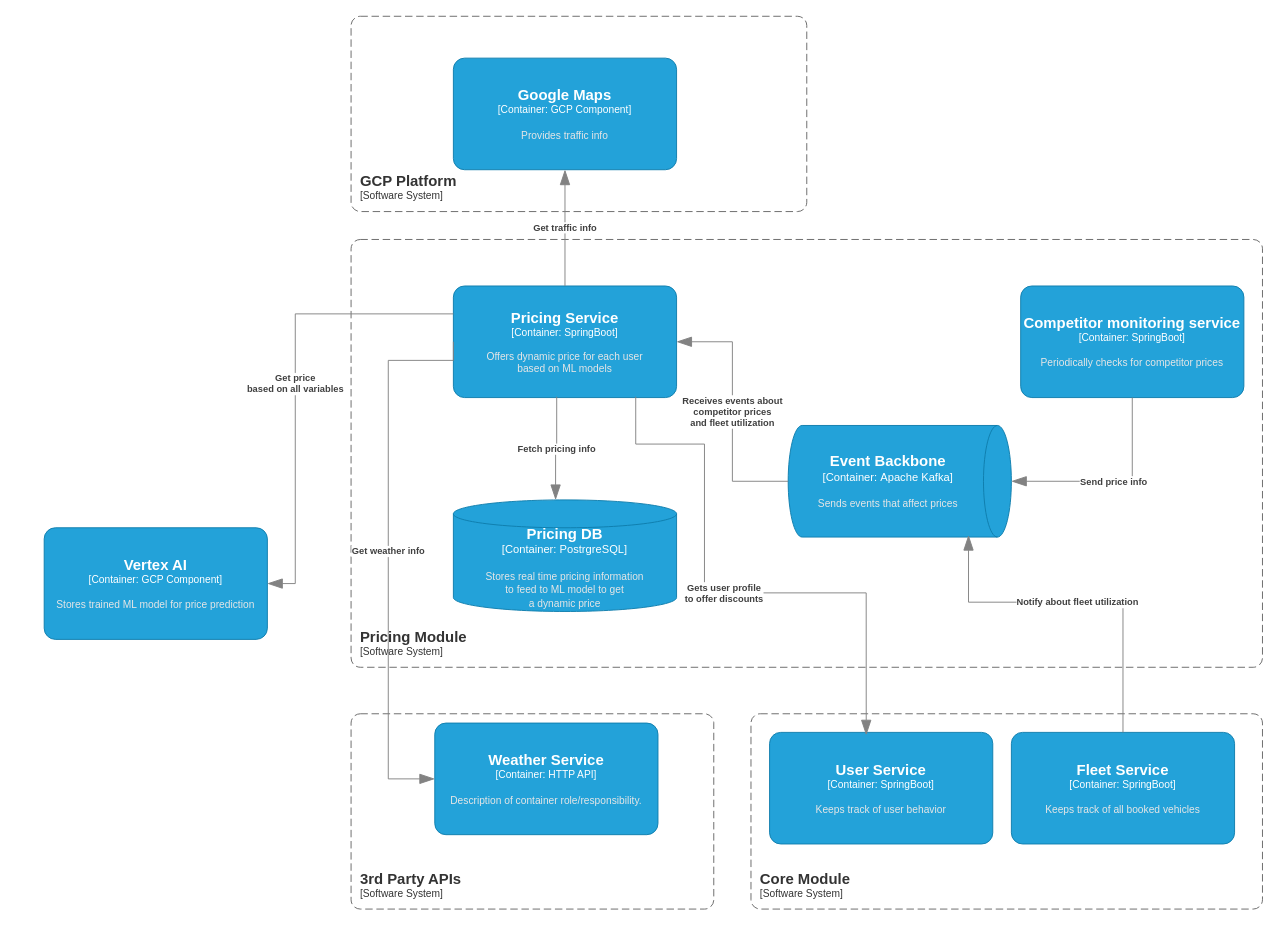
Above: hld/scenarios/dynamic-pricing/Pricing Module.drawio in Oleggio/five-nines-arch-katas (draw.io), before the change. Source tidied: cells renumbered, new cells numbered last; positions are measured from the earlier drawing's top-left corner, leaving out a move shared by most shapes. Both pictures are drawn from the tidied source at 93%, with x=0, y=0 at pixel (44, 16).
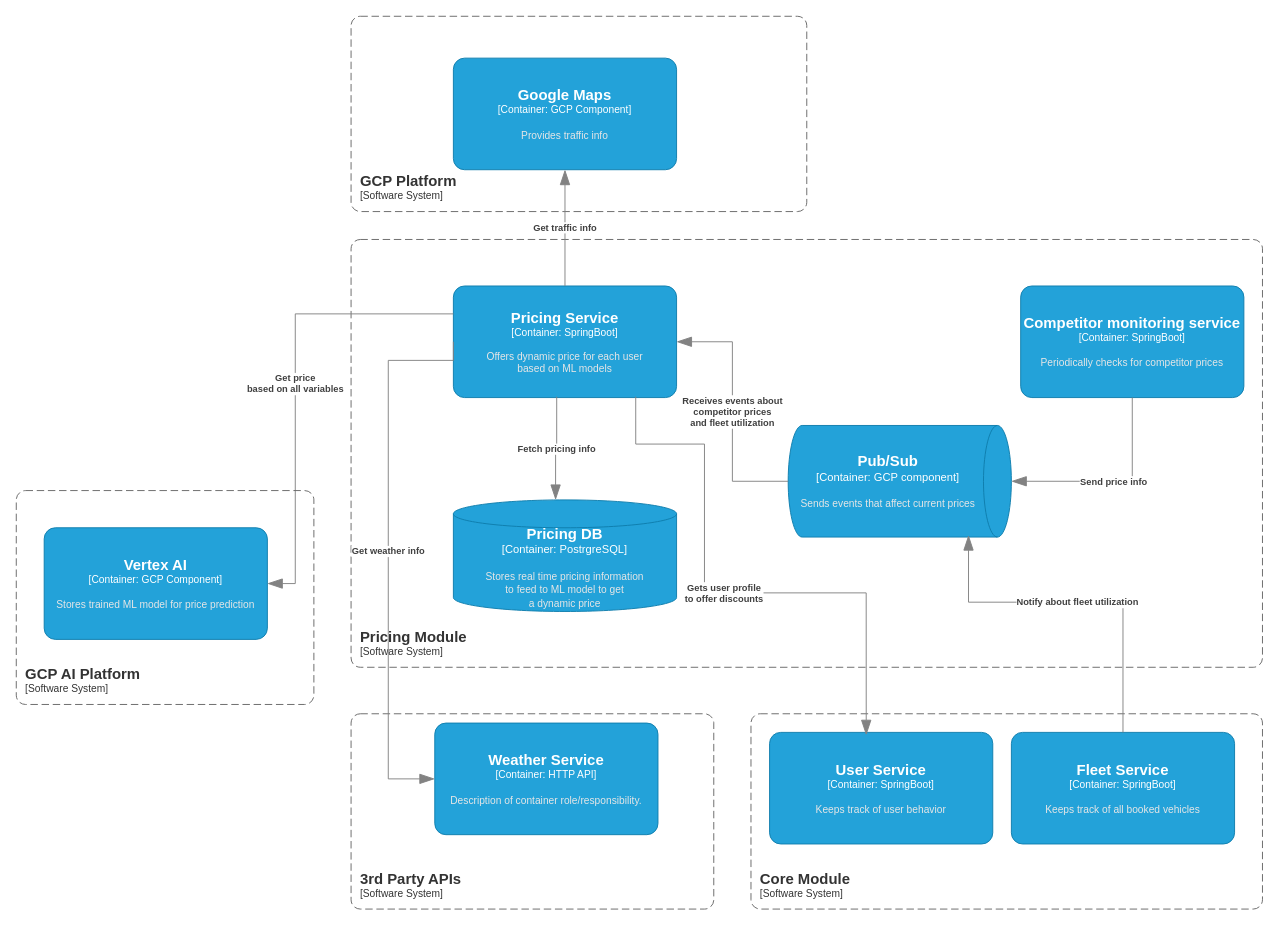
Above is the later version.

Commit message (it also covers changes not shown here):
Update pricing module overview

Change to the diagram source:
```diff
@@
-    <object id="5" label="&lt;font style=&quot;font-size: 16px&quot;&gt;&lt;b&gt;%c4Name%&lt;/b&gt;&lt;/font&gt;&lt;div&gt;[%c4Type%:&amp;nbsp;%c4Technology%]&lt;/div&gt;&lt;br&gt;&lt;div&gt;&lt;font style=&quot;font-size: 11px&quot;&gt;&lt;font color=&quot;#E6E6E6&quot;&gt;%c4Description%&lt;/font&gt;&lt;/div&gt;" c4Description="Sends events that affect prices" c4Name="Event Backbone" c4Technology="Apache Kafka" c4Type="Container" placeholders="1">
+    <object id="5" label="&lt;font style=&quot;font-size: 16px&quot;&gt;&lt;b&gt;%c4Name%&lt;/b&gt;&lt;/font&gt;&lt;div&gt;[%c4Type%:&amp;nbsp;%c4Technology%]&lt;/div&gt;&lt;br&gt;&lt;div&gt;&lt;font style=&quot;font-size: 11px&quot;&gt;&lt;font color=&quot;#E6E6E6&quot;&gt;%c4Description%&lt;/font&gt;&lt;/div&gt;" c4Description="Sends events that affect current prices" c4Name="Pub/Sub" c4Technology="GCP component" c4Type="Container" placeholders="1">
       <mxCell style="shape=cylinder3;size=15;direction=south;whiteSpace=wrap;html=1;boundedLbl=1;rounded=0;labelBackgroundColor=none;fillColor=#23A2D9;fontSize=12;fontColor=#ffffff;align=center;strokeColor=#0E7DAD;points=[[0.5,0,0],[1,0.25,0],[1,0.5,0],[1,0.75,0],[0.5,1,0],[0,0.75,0],[0,0.5,0],[0,0.25,0]];" parent="1" vertex="1">
         <mxGeometry x="800" y="440" width="240" height="120" as="geometry" />
       </mxCell>
     </object>
@@
+    <object id="23" label="&lt;font style=&quot;font-size: 16px&quot;&gt;&lt;b&gt;&lt;div style=&quot;text-align: left&quot;&gt;%c4Name%&lt;/div&gt;&lt;/b&gt;&lt;/font&gt;&lt;div style=&quot;text-align: left&quot;&gt;[%c4Application%]&lt;/div&gt;" c4Application="Software System" c4Name="GCP AI Platform" placeholders="1">
+      <mxCell style="rounded=1;fontSize=11;whiteSpace=wrap;html=1;dashed=1;arcSize=20;fillColor=none;strokeColor=#666666;fontColor=#333333;labelBackgroundColor=none;align=left;verticalAlign=bottom;labelBorderColor=none;spacingTop=0;spacing=10;dashPattern=8 4;perimeter=rectanglePerimeter;noLabel=0;labelPadding=0;absoluteArcSize=1;" parent="1" vertex="1">
+        <mxGeometry x="-30" y="510" width="320" height="230" as="geometry" />
+      </mxCell>
+    </object>
```
